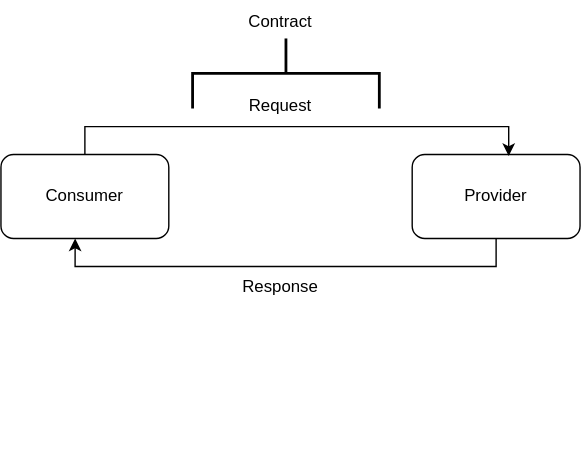
Earlier version of the draw.io export docs/application/quality/img/Contract.drawio.svg (CHUPITO-Org/documentation-CHUPITO). Source tidied: cells renumbered, new cells last; positions are measured from the earlier drawing's top-left corner, leaving out a move shared by most shapes.
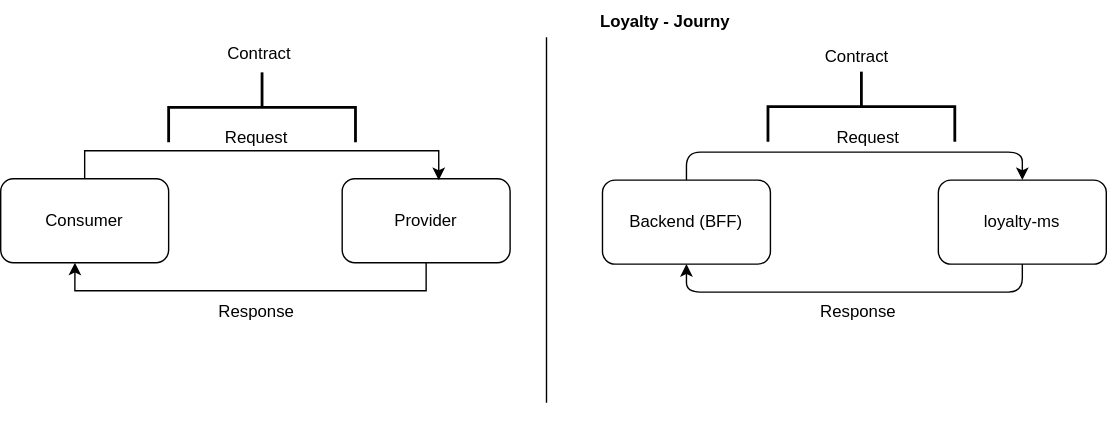
Above is the later version.

Commit message:
fix: openapi error and contract

Change to the diagram source:
```diff
@@ -3,7 +3,7 @@
     <mxCell id="0" />
     <mxCell id="1" parent="0" />
     <mxCell id="2" value="Consumer" style="rounded=1;whiteSpace=wrap;html=1;" parent="1" vertex="1">
-      <mxGeometry y="125" width="120" height="60" as="geometry" />
+      <mxGeometry x="50" y="125" width="120" height="60" as="geometry" />
     </mxCell>
     <mxCell id="3" value="Provider" style="rounded=1;whiteSpace=wrap;html=1;" parent="1" vertex="1">
       <mxGeometry x="294" y="125" width="120" height="60" as="geometry" />
@@ -12,22 +12,65 @@
       <mxGeometry relative="1" as="geometry" />
     </mxCell>
     <mxCell id="5" value="Request" style="text;html=1;strokeColor=none;fillColor=none;align=center;verticalAlign=middle;whiteSpace=wrap;rounded=0;" parent="1" vertex="1">
-      <mxGeometry x="170" y="75" width="60" height="30" as="geometry" />
+      <mxGeometry x="203" y="81" width="60" height="30" as="geometry" />
     </mxCell>
     <mxCell id="6" style="edgeStyle=orthogonalEdgeStyle;rounded=0;jettySize=auto;html=1;exitX=0.5;exitY=1;exitDx=0;exitDy=0;entryX=0.442;entryY=1;entryDx=0;entryDy=0;entryPerimeter=0;" parent="1" edge="1" source="3" target="2">
       <mxGeometry relative="1" as="geometry" />
     </mxCell>
     <mxCell id="7" value="Response" style="text;html=1;strokeColor=none;fillColor=none;align=center;verticalAlign=middle;whiteSpace=wrap;rounded=0;" parent="1" vertex="1">
-      <mxGeometry x="170" y="205" width="60" height="30" as="geometry" />
+      <mxGeometry x="203" y="205" width="60" height="30" as="geometry" />
     </mxCell>
     <mxCell id="8" style="strokeWidth=2;html=1;shape=mxgraph.flowchart.annotation_2;align=left;labelPosition=right;rotation=90;" parent="1" vertex="1">
-      <mxGeometry x="178.8" y="0.2" width="50" height="133.5" as="geometry" />
+      <mxGeometry x="211.8" y="7.2" width="50" height="133.5" as="geometry" />
     </mxCell>
     <mxCell id="9" value="Contract" style="text;html=1;strokeColor=none;fillColor=none;align=center;verticalAlign=middle;whiteSpace=wrap;rounded=0;" parent="1" vertex="1">
-      <mxGeometry x="170" y="15" width="60" height="30" as="geometry" />
+      <mxGeometry x="205" y="21" width="60" height="30" as="geometry" />
     </mxCell>
     <mxCell id="10" style="rounded=1;whiteSpace=wrap;html=1;strokeColor=#FFFFFF;" parent="1" vertex="1">
-      <mxGeometry x="140" y="275" width="120" height="60" as="geometry" />
+      <mxGeometry x="380" y="285" width="120" height="30" as="geometry" />
     </mxCell>
+    <mxCell id="11" style="endArrow=none;html=1;" parent="1" edge="1">
+      <mxGeometry relative="1" as="geometry">
+        <mxPoint x="440" y="285" as="sourcePoint" />
+        <mxPoint x="440" y="24" as="targetPoint" />
+      </mxGeometry>
+    </mxCell>
+    <mxCell id="12" style="edgeStyle=none;html=1;entryX=0.5;entryY=0;entryDx=0;entryDy=0;exitX=0.5;exitY=0;exitDx=0;exitDy=0;" parent="1" edge="1" source="13" target="15">
+      <mxGeometry relative="1" as="geometry">
+        <Array as="points">
+          <mxPoint x="540" y="106" />
+          <mxPoint x="780" y="106" />
+        </Array>
+      </mxGeometry>
+    </mxCell>
+    <mxCell id="13" value="Backend (BFF)" style="rounded=1;whiteSpace=wrap;html=1;" parent="1" vertex="1">
+      <mxGeometry x="480" y="126" width="120" height="60" as="geometry" />
+    </mxCell>
+    <mxCell id="14" style="edgeStyle=none;html=1;entryX=0.5;entryY=1;entryDx=0;entryDy=0;exitX=0.5;exitY=1;exitDx=0;exitDy=0;" parent="1" edge="1" source="15" target="13">
+      <mxGeometry relative="1" as="geometry">
+        <Array as="points">
+          <mxPoint x="780" y="206" />
+          <mxPoint x="540" y="206" />
+        </Array>
+      </mxGeometry>
+    </mxCell>
+    <mxCell id="15" value="loyalty-ms" style="rounded=1;whiteSpace=wrap;html=1;" parent="1" vertex="1">
+      <mxGeometry x="720" y="126" width="120" height="60" as="geometry" />
+    </mxCell>
+    <mxCell id="16" value="Response" style="text;html=1;strokeColor=none;fillColor=none;align=center;verticalAlign=middle;whiteSpace=wrap;rounded=0;" parent="1" vertex="1">
+      <mxGeometry x="633" y="205" width="60" height="30" as="geometry" />
+    </mxCell>
+    <mxCell id="17" value="Request" style="text;html=1;strokeColor=none;fillColor=none;align=center;verticalAlign=middle;whiteSpace=wrap;rounded=0;" parent="1" vertex="1">
+      <mxGeometry x="640" y="81" width="60" height="30" as="geometry" />
+    </mxCell>
+    <mxCell id="18" style="strokeWidth=2;html=1;shape=mxgraph.flowchart.annotation_2;align=left;labelPosition=right;rotation=90;" parent="1" vertex="1">
+      <mxGeometry x="640" y="6.8" width="50" height="133.5" as="geometry" />
+    </mxCell>
+    <mxCell id="19" value="Contract" style="text;html=1;strokeColor=none;fillColor=none;align=center;verticalAlign=middle;whiteSpace=wrap;rounded=0;" parent="1" vertex="1">
+      <mxGeometry x="632" y="22.8" width="60" height="30" as="geometry" />
+    </mxCell>
+    <mxCell id="20" value="&lt;b&gt;Loyalty - Journy&lt;/b&gt;" style="text;html=1;strokeColor=none;fillColor=none;align=center;verticalAlign=middle;whiteSpace=wrap;rounded=0;" parent="1" vertex="1">
+      <mxGeometry x="440" y="-2.2" width="170" height="30" as="geometry" />
+    </mxCell>
   </root>
 </mxGraphModel>
```
